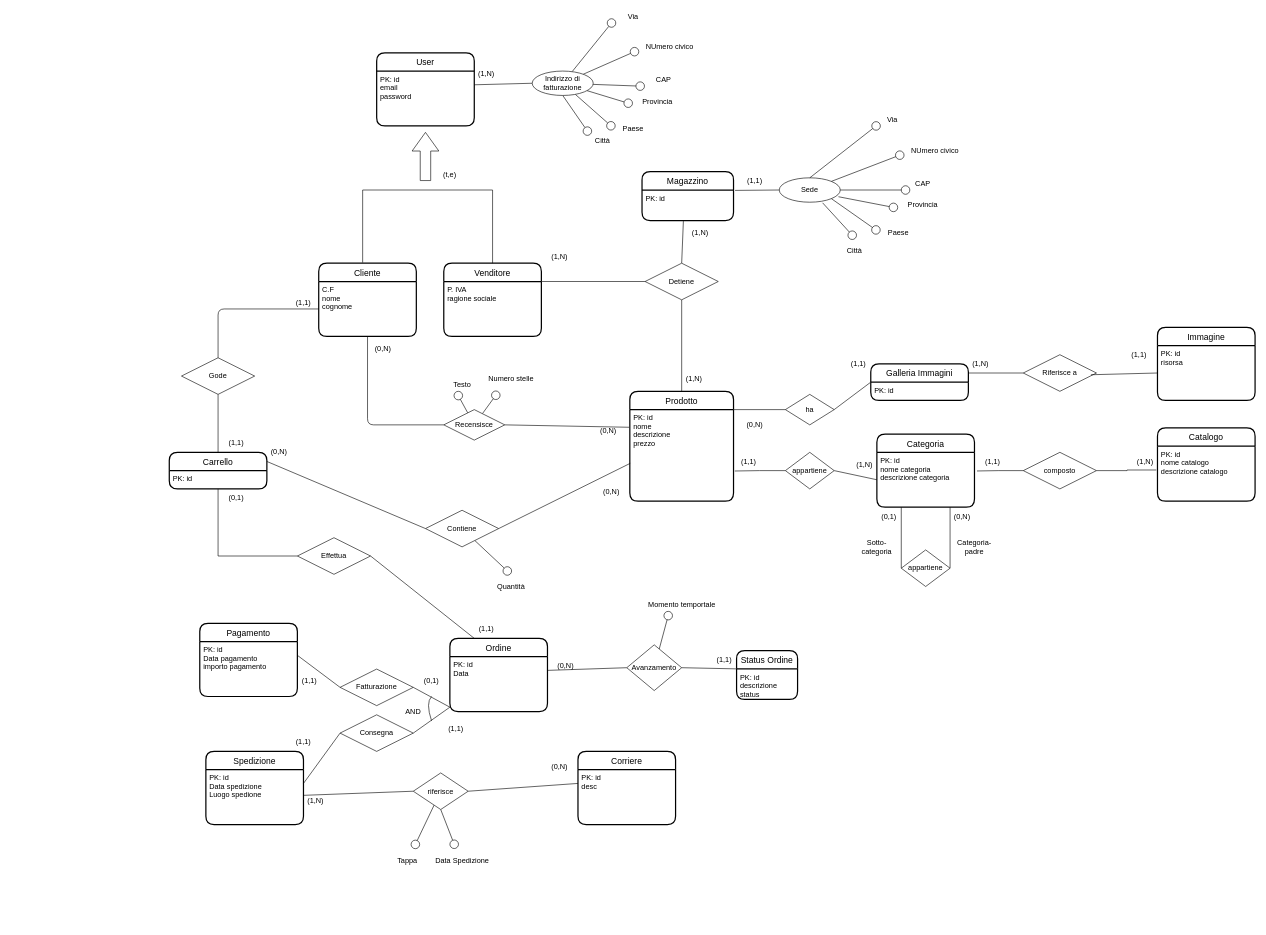
Earlier version of the draw.io diagram doc/schema_concettuale_v3.drawio (EndriDomiUni/E-commerce). Source tidied: cells renumbered, new cells numbered last; positions are measured from the earlier drawing's top-left corner, leaving out a move shared by most shapes. Both pictures are drawn from the tidied source at 61%, with x=0, y=0 at pixel (169, 10).
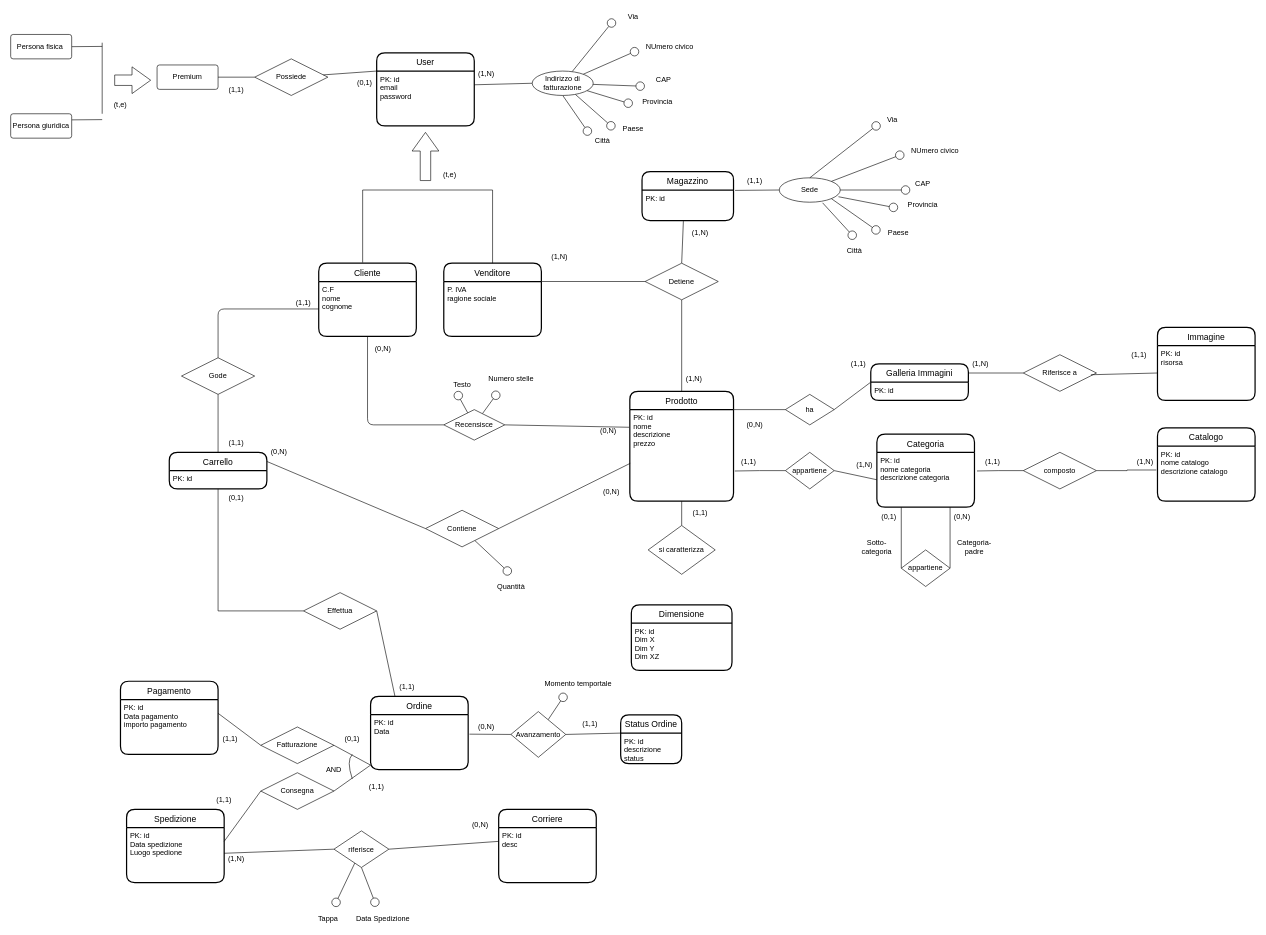
The same diagram, later.

The change refers to these unchanged cells:
```xml
<mxCell id="3" value="PK: id&#10;email&#10;password" style="align=left;strokeColor=none;fillColor=none;spacingLeft=4;fontSize=12;verticalAlign=top;" parent="2" vertex="1">
  <mxGeometry y="30" width="160" height="90" as="geometry" />
</mxCell>
<mxCell id="5" value="PK: id&#10;Data" style="align=left;strokeColor=none;fillColor=none;spacingLeft=4;fontSize=12;verticalAlign=top;" parent="4" vertex="1">
  <mxGeometry y="30" width="160" height="90" as="geometry" />
</mxCell>
<mxCell id="18" value="PK: id&#10;nome&#10;descrizione&#10;prezzo&#10;" style="align=left;strokeColor=none;fillColor=none;spacingLeft=4;fontSize=12;verticalAlign=top;" parent="17" vertex="1">
  <mxGeometry y="30" width="170" height="150" as="geometry" />
</mxCell>
```

The edit, as a diff of the source:
```diff
@@
     <mxCell id="4" value="Ordine" style="swimlane;horizontal=1;startSize=30;rounded=1;fontSize=14;fontStyle=0;strokeWidth=2;shadow=0;dashed=0;align=center;" parent="1" vertex="1">
-      <mxGeometry x="460" y="1029" width="160" height="120" as="geometry" />
+      <mxGeometry x="330" y="1124" width="160" height="120" as="geometry" />
     </mxCell>
@@
     <mxCell id="6" value="Status Ordine" style="swimlane;horizontal=1;startSize=30;rounded=1;fontSize=14;fontStyle=0;strokeWidth=2;shadow=0;dashed=0;align=center;" parent="1" vertex="1">
-      <mxGeometry x="930" y="1049" width="100" height="80" as="geometry" />
+      <mxGeometry x="740" y="1154.3" width="100" height="80" as="geometry" />
     </mxCell>
@@
     <mxCell id="10" value="Effettua" style="shape=rhombus;perimeter=rhombusPerimeter;whiteSpace=wrap;html=1;align=center;" parent="1" vertex="1">
-      <mxGeometry x="210" y="864" width="120" height="60" as="geometry" />
+      <mxGeometry x="220" y="954" width="120" height="60" as="geometry" />
     </mxCell>
-    <mxCell id="11" style="edgeStyle=none;html=1;exitX=0;exitY=0.5;exitDx=0;exitDy=0;entryX=1;entryY=0.25;entryDx=0;entryDy=0;endArrow=none;endFill=0;" parent="1" edge="1" source="14" target="5">
+    <mxCell id="11" style="edgeStyle=none;html=1;exitX=0;exitY=0.5;exitDx=0;exitDy=0;entryX=1.013;entryY=0.356;entryDx=0;entryDy=0;endArrow=none;endFill=0;entryPerimeter=0;" parent="1" edge="1" source="14" target="5">
       <mxGeometry relative="1" as="geometry" />
     </mxCell>
@@
     <mxCell id="13" style="edgeStyle=none;html=1;endArrow=circle;endFill=0;" parent="1" edge="1" source="14">
       <mxGeometry relative="1" as="geometry">
-        <mxPoint x="820" y="984" as="targetPoint" />
+        <mxPoint x="650" y="1119" as="targetPoint" />
       </mxGeometry>
     </mxCell>
     <mxCell id="14" value="Avanzamento" style="shape=rhombus;perimeter=rhombusPerimeter;whiteSpace=wrap;html=1;align=center;" parent="1" vertex="1">
-      <mxGeometry x="750" y="1039.6" width="90" height="75" as="geometry" />
+      <mxGeometry x="560" y="1149" width="90" height="75" as="geometry" />
     </mxCell>
     <mxCell id="15" value="(1,1)" style="text;html=1;strokeColor=none;fillColor=none;align=center;verticalAlign=middle;whiteSpace=wrap;rounded=0;" parent="1" vertex="1">
-      <mxGeometry x="880" y="1049" width="60" height="30" as="geometry" />
+      <mxGeometry x="660" y="1154.3" width="60" height="30" as="geometry" />
     </mxCell>
@@
     <mxCell id="32" value="(0,N)" style="text;html=1;strokeColor=none;fillColor=none;align=center;verticalAlign=middle;whiteSpace=wrap;rounded=0;" parent="1" vertex="1">
-      <mxGeometry x="620" y="1059" width="60" height="30" as="geometry" />
+      <mxGeometry x="490" y="1159" width="60" height="30" as="geometry" />
     </mxCell>
@@
     <mxCell id="74" value="Pagamento" style="swimlane;horizontal=1;startSize=30;rounded=1;fontSize=14;fontStyle=0;strokeWidth=2;shadow=0;dashed=0;align=center;" parent="1" vertex="1">
-      <mxGeometry x="50" y="1004.3" width="160" height="120" as="geometry" />
+      <mxGeometry x="-80" y="1099.3" width="160" height="120" as="geometry" />
     </mxCell>
@@
     <mxCell id="76" style="edgeStyle=none;html=1;exitX=1;exitY=0.5;exitDx=0;exitDy=0;endArrow=none;endFill=0;entryX=0;entryY=0.75;entryDx=0;entryDy=0;" parent="1" edge="1" source="78">
       <mxGeometry relative="1" as="geometry">
-        <mxPoint x="460" y="1141.8" as="targetPoint" />
+        <mxPoint x="330" y="1236.8" as="targetPoint" />
       </mxGeometry>
     </mxCell>
@@
     <mxCell id="78" value="Fatturazione" style="shape=rhombus;perimeter=rhombusPerimeter;whiteSpace=wrap;html=1;align=center;" parent="1" vertex="1">
-      <mxGeometry x="280" y="1079.3" width="120" height="60" as="geometry" />
+      <mxGeometry x="150" y="1174.3" width="120" height="60" as="geometry" />
     </mxCell>
     <mxCell id="79" value="(1,1)" style="text;html=1;strokeColor=none;fillColor=none;align=center;verticalAlign=middle;whiteSpace=wrap;rounded=0;" parent="1" vertex="1">
-      <mxGeometry x="200" y="1084.3" width="60" height="30" as="geometry" />
+      <mxGeometry x="70" y="1179.3" width="60" height="30" as="geometry" />
     </mxCell>
     <mxCell id="80" value="Spedizione" style="swimlane;horizontal=1;startSize=30;rounded=1;fontSize=14;fontStyle=0;strokeWidth=2;shadow=0;dashed=0;align=center;" parent="1" vertex="1">
-      <mxGeometry x="60" y="1214.3" width="160" height="120" as="geometry" />
+      <mxGeometry x="-70" y="1309.3" width="160" height="120" as="geometry" />
     </mxCell>
@@
     <mxCell id="83" style="edgeStyle=none;html=1;exitX=1;exitY=0.5;exitDx=0;exitDy=0;entryX=0;entryY=0.75;entryDx=0;entryDy=0;endArrow=none;endFill=0;" parent="1" edge="1" source="84">
       <mxGeometry relative="1" as="geometry">
-        <mxPoint x="460" y="1141.8" as="targetPoint" />
+        <mxPoint x="330" y="1236.8" as="targetPoint" />
       </mxGeometry>
     </mxCell>
     <mxCell id="84" value="Consegna" style="shape=rhombus;perimeter=rhombusPerimeter;whiteSpace=wrap;html=1;align=center;" parent="1" vertex="1">
-      <mxGeometry x="280" y="1154.3" width="120" height="60" as="geometry" />
+      <mxGeometry x="150" y="1249.3" width="120" height="60" as="geometry" />
     </mxCell>
     <mxCell id="85" style="curved=1;endArrow=none;html=1;endFill=0;" parent="1" edge="1">
       <mxGeometry relative="1" as="geometry">
-        <mxPoint x="430" y="1164.3" as="sourcePoint" />
-        <mxPoint x="430" y="1124.3" as="targetPoint" />
+        <mxPoint x="300" y="1259.3" as="sourcePoint" />
+        <mxPoint x="300" y="1219.3" as="targetPoint" />
         <Array as="points">
-          <mxPoint x="420" y="1134.3" />
+          <mxPoint x="290" y="1229.3" />
         </Array>
       </mxGeometry>
     </mxCell>
     <mxCell id="86" value="AND" style="text;html=1;strokeColor=none;fillColor=none;align=center;verticalAlign=middle;whiteSpace=wrap;rounded=0;" parent="1" vertex="1">
-      <mxGeometry x="370" y="1134.3" width="60" height="30" as="geometry" />
+      <mxGeometry x="240" y="1229.3" width="60" height="30" as="geometry" />
     </mxCell>
@@
     <mxCell id="88" value="(1,1)" style="text;html=1;strokeColor=none;fillColor=none;align=center;verticalAlign=middle;whiteSpace=wrap;rounded=0;" parent="1" vertex="1">
-      <mxGeometry x="190" y="1184.3" width="60" height="30" as="geometry" />
+      <mxGeometry x="60" y="1279.3" width="60" height="30" as="geometry" />
     </mxCell>
@@
     <mxCell id="92" value="(1,1)" style="text;html=1;strokeColor=none;fillColor=none;align=center;verticalAlign=middle;whiteSpace=wrap;rounded=0;" parent="1" vertex="1">
-      <mxGeometry x="490" y="999" width="60" height="30" as="geometry" />
+      <mxGeometry x="360" y="1094" width="60" height="30" as="geometry" />
     </mxCell>
@@
     <mxCell id="100" value="(1,1)" style="text;html=1;strokeColor=none;fillColor=none;align=center;verticalAlign=middle;whiteSpace=wrap;rounded=0;" parent="1" vertex="1">
-      <mxGeometry x="440" y="1163" width="60" height="30" as="geometry" />
+      <mxGeometry x="310" y="1258" width="60" height="30" as="geometry" />
     </mxCell>
     <mxCell id="101" value="(0,1)" style="text;html=1;strokeColor=none;fillColor=none;align=center;verticalAlign=middle;whiteSpace=wrap;rounded=0;" parent="1" vertex="1">
-      <mxGeometry x="400" y="1084.3" width="60" height="30" as="geometry" />
+      <mxGeometry x="270" y="1179.3" width="60" height="30" as="geometry" />
     </mxCell>
@@
     <mxCell id="103" value="Corriere" style="swimlane;horizontal=1;startSize=30;rounded=1;fontSize=14;fontStyle=0;strokeWidth=2;shadow=0;dashed=0;align=center;" parent="1" vertex="1">
-      <mxGeometry x="670" y="1214.3" width="160" height="120" as="geometry" />
+      <mxGeometry x="540" y="1309.3" width="160" height="120" as="geometry" />
     </mxCell>
@@
     <mxCell id="107" style="edgeStyle=none;html=1;exitX=0.5;exitY=1;exitDx=0;exitDy=0;endArrow=circle;endFill=0;" parent="1" edge="1" source="109">
       <mxGeometry relative="1" as="geometry">
-        <mxPoint x="470" y="1374" as="targetPoint" />
+        <mxPoint x="340" y="1469" as="targetPoint" />
       </mxGeometry>
     </mxCell>
     <mxCell id="108" style="edgeStyle=none;html=1;endArrow=circle;endFill=0;" parent="1" edge="1" source="109">
       <mxGeometry relative="1" as="geometry">
-        <mxPoint x="400" y="1374" as="targetPoint" />
+        <mxPoint x="270" y="1469" as="targetPoint" />
       </mxGeometry>
     </mxCell>
     <mxCell id="109" value="riferisce" style="shape=rhombus;perimeter=rhombusPerimeter;whiteSpace=wrap;html=1;align=center;" parent="1" vertex="1">
-      <mxGeometry x="400" y="1249.6" width="90" height="60" as="geometry" />
+      <mxGeometry x="270" y="1344.6" width="90" height="60" as="geometry" />
     </mxCell>
@@
     <mxCell id="115" value="(1,N)" style="text;html=1;strokeColor=none;fillColor=none;align=center;verticalAlign=middle;whiteSpace=wrap;rounded=0;" parent="1" vertex="1">
-      <mxGeometry x="210" y="1279.6" width="60" height="30" as="geometry" />
+      <mxGeometry x="80" y="1374.6" width="60" height="30" as="geometry" />
     </mxCell>
     <mxCell id="116" value="(0,N)" style="text;html=1;strokeColor=none;fillColor=none;align=center;verticalAlign=middle;whiteSpace=wrap;rounded=0;" parent="1" vertex="1">
-      <mxGeometry x="610" y="1224" width="60" height="30" as="geometry" />
+      <mxGeometry x="480" y="1319" width="60" height="30" as="geometry" />
     </mxCell>
@@
     <mxCell id="118" value="Data Spedizione" style="text;html=1;align=center;verticalAlign=middle;strokeColor=none;fillColor=none;" parent="1" vertex="1">
-      <mxGeometry x="430" y="1384" width="100" height="20" as="geometry" />
+      <mxGeometry x="300" y="1479" width="100" height="20" as="geometry" />
     </mxCell>
@@
     <mxCell id="139" value="Tappa" style="text;html=1;align=center;verticalAlign=middle;strokeColor=none;fillColor=none;" parent="1" vertex="1">
-      <mxGeometry x="365" y="1384" width="50" height="20" as="geometry" />
+      <mxGeometry x="235" y="1479" width="50" height="20" as="geometry" />
     </mxCell>
     <mxCell id="140" value="Momento temportale" style="text;html=1;align=center;verticalAlign=middle;strokeColor=none;fillColor=none;" parent="1" vertex="1">
-      <mxGeometry x="775" y="964" width="130" height="20" as="geometry" />
+      <mxGeometry x="605" y="1094" width="130" height="20" as="geometry" />
     </mxCell>
@@
+    <mxCell id="153" value="Dimensione" style="swimlane;horizontal=1;startSize=30;rounded=1;fontSize=14;fontStyle=0;strokeWidth=2;shadow=0;dashed=0;align=center;arcSize=15;" parent="1" vertex="1">
+      <mxGeometry x="757.5" y="974" width="165" height="107.5" as="geometry" />
+    </mxCell>
+    <mxCell id="154" value="PK: id&#10;Dim X&#10;Dim Y&#10;Dim XZ" style="align=left;strokeColor=none;fillColor=none;spacingLeft=4;fontSize=12;verticalAlign=top;" parent="153" vertex="1">
+      <mxGeometry y="30" width="165" height="77.5" as="geometry" />
+    </mxCell>
+    <mxCell id="155" value="Premium" style="rounded=1;arcSize=10;whiteSpace=wrap;html=1;align=center;" parent="1" vertex="1">
+      <mxGeometry x="-20" y="89" width="100" height="40" as="geometry" />
+    </mxCell>
+    <mxCell id="156" style="edgeStyle=none;html=1;exitX=1;exitY=0.25;exitDx=0;exitDy=0;endArrow=none;endFill=0;" parent="1" edge="1" source="157">
+      <mxGeometry relative="1" as="geometry">
+        <mxPoint x="-110" y="178.6" as="targetPoint" />
+      </mxGeometry>
+    </mxCell>
+    <mxCell id="157" value="Persona giuridica" style="rounded=1;arcSize=10;whiteSpace=wrap;html=1;align=center;" parent="1" vertex="1">
+      <mxGeometry x="-260" y="169" width="100" height="40" as="geometry" />
+    </mxCell>
+    <mxCell id="158" style="edgeStyle=none;html=1;exitX=1;exitY=0.5;exitDx=0;exitDy=0;endArrow=none;endFill=0;" parent="1" edge="1" source="159">
+      <mxGeometry relative="1" as="geometry">
+        <mxPoint x="-110" y="58.6" as="targetPoint" />
+      </mxGeometry>
+    </mxCell>
+    <mxCell id="159" value="Persona fisica&amp;nbsp;" style="rounded=1;arcSize=10;whiteSpace=wrap;html=1;align=center;" parent="1" vertex="1">
+      <mxGeometry x="-260" y="39" width="100" height="40" as="geometry" />
+    </mxCell>
+    <mxCell id="160" style="edgeStyle=none;html=1;exitX=0;exitY=0.5;exitDx=0;exitDy=0;entryX=1;entryY=0.5;entryDx=0;entryDy=0;endArrow=none;endFill=0;" parent="1" edge="1" source="161" target="155">
+      <mxGeometry relative="1" as="geometry" />
+    </mxCell>
+    <mxCell id="161" value="Possiede" style="shape=rhombus;perimeter=rhombusPerimeter;whiteSpace=wrap;html=1;align=center;" parent="1" vertex="1">
+      <mxGeometry x="140" y="79" width="120" height="60" as="geometry" />
+    </mxCell>
+    <mxCell id="162" style="edgeStyle=none;html=1;exitX=0;exitY=0;exitDx=0;exitDy=0;endArrow=none;endFill=0;" parent="1" edge="1" source="3" target="161">
+      <mxGeometry relative="1" as="geometry" />
+    </mxCell>
+    <mxCell id="163" style="endArrow=none;html=1;rounded=0;entryX=0;entryY=1;entryDx=0;entryDy=0;" parent="1" edge="1" target="167">
+      <mxGeometry relative="1" as="geometry">
+        <mxPoint x="-110" y="52.5" as="sourcePoint" />
+        <Array as="points">
+          <mxPoint x="-110" y="94" />
+        </Array>
+      </mxGeometry>
+    </mxCell>
+    <mxCell id="164" style="edgeStyle=none;html=1;endArrow=none;endFill=0;entryX=0.5;entryY=0;entryDx=0;entryDy=0;" parent="1" edge="1" source="18" target="165">
+      <mxGeometry relative="1" as="geometry" />
+    </mxCell>
+    <mxCell id="165" value="si caratterizza" style="rhombus;whiteSpace=wrap;html=1;" parent="1" vertex="1">
+      <mxGeometry x="785" y="844" width="110" height="80" as="geometry" />
+    </mxCell>
+    <mxCell id="166" style="shape=flexArrow;endArrow=classic;html=1;rounded=0;endWidth=25.714285714285715;endSize=9.857142857142858;width=17.142857142857142;" parent="1" edge="1">
+      <mxGeometry relative="1" as="geometry">
+        <mxPoint x="-90" y="114" as="sourcePoint" />
+        <mxPoint x="-30" y="114" as="targetPoint" />
+      </mxGeometry>
+    </mxCell>
+    <mxCell id="167" value="(t,e)" style="text;html=1;strokeColor=none;fillColor=none;align=center;verticalAlign=middle;whiteSpace=wrap;rounded=0;" parent="1" vertex="1">
+      <mxGeometry x="-110" y="139" width="60" height="30" as="geometry" />
+    </mxCell>
+    <mxCell id="168" value="(1,1)" style="text;html=1;strokeColor=none;fillColor=none;align=center;verticalAlign=middle;whiteSpace=wrap;rounded=0;" parent="1" vertex="1">
+      <mxGeometry x="80" y="114" width="60" height="30" as="geometry" />
+    </mxCell>
+    <mxCell id="169" value="(0,1)" style="text;html=1;align=center;verticalAlign=middle;strokeColor=none;fillColor=none;" parent="1" vertex="1">
+      <mxGeometry x="300" y="109" width="40" height="20" as="geometry" />
+    </mxCell>
+    <mxCell id="170" value="(1,1)" style="text;html=1;align=center;verticalAlign=middle;strokeColor=none;fillColor=none;" parent="1" vertex="1">
+      <mxGeometry x="850" y="814" width="40" height="20" as="geometry" />
+    </mxCell>
```
